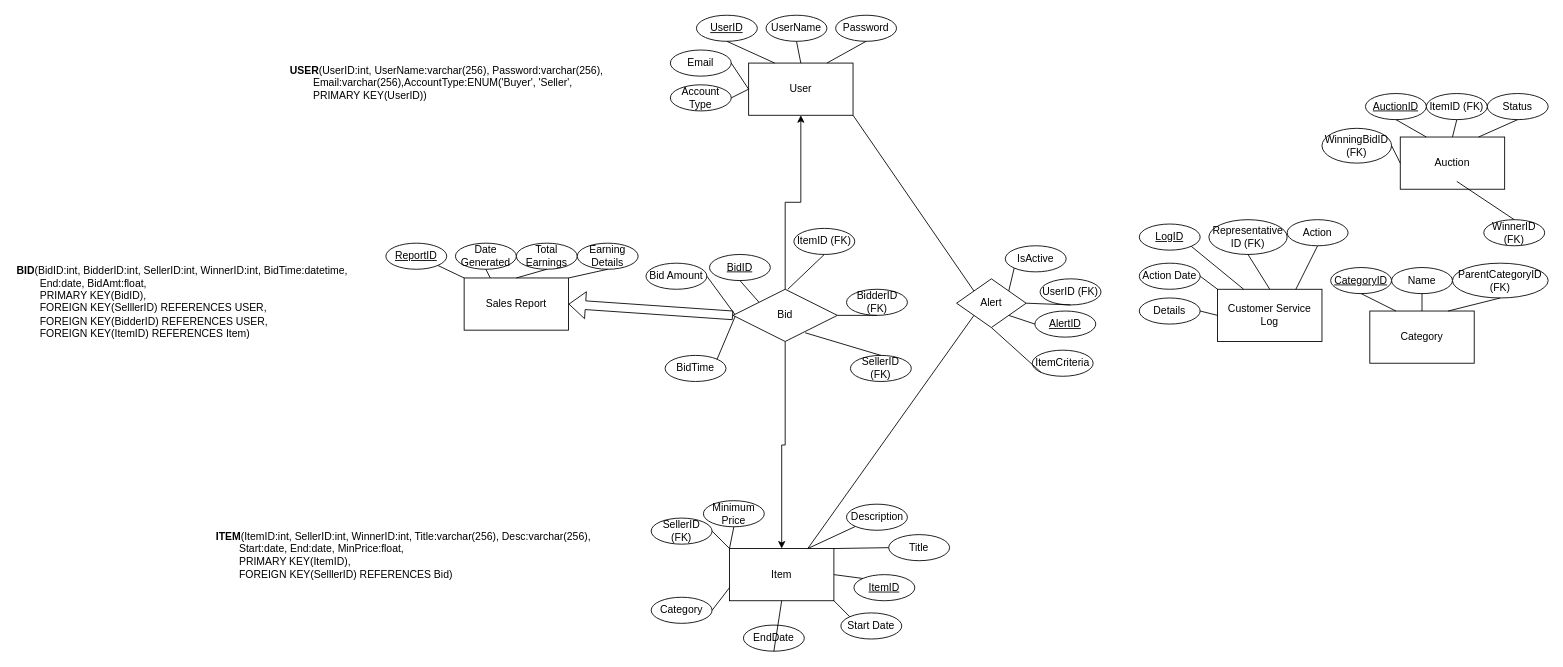
Above: Project1ER.drawio in Swoopi/PrinInfo (draw.io), before the change. Source tidied: cells renumbered, new cells numbered last; positions are measured from the earlier drawing's top-left corner, leaving out a move shared by most shapes. Both pictures are drawn from the tidied source at 87%, with x=0, y=0 at pixel (15, 15).
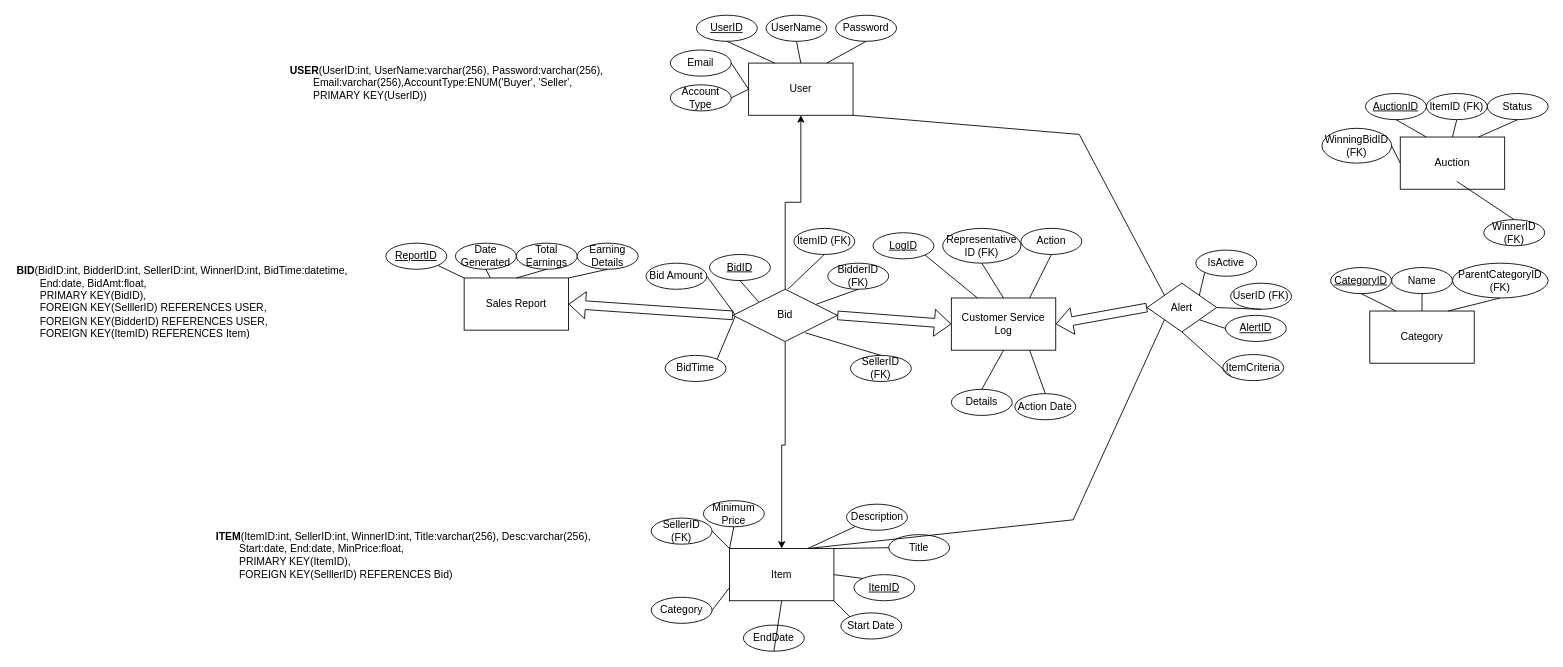
After the change.

Commit message:
customer service log connections.drawio

Unchanged cells that the change refers to:
```xml
<mxCell id="2" value="Item" style="rounded=0;whiteSpace=wrap;html=1;" parent="1" vertex="1">
  <mxGeometry x="821" y="613" width="120" height="60" as="geometry" />
</mxCell>
<mxCell id="77" value="User" style="rounded=0;whiteSpace=wrap;html=1;" parent="76" vertex="1">
  <mxGeometry x="90" y="55" width="120" height="60" as="geometry" />
</mxCell>
<mxCell id="91" value="Bid" style="shape=rhombus;perimeter=rhombusPerimeter;whiteSpace=wrap;html=1;align=center;" parent="1" vertex="1">
  <mxGeometry x="825" y="315" width="120" height="60" as="geometry" />
</mxCell>
```

What changed in the source:
```diff
@@
     <mxCell id="5" value="Customer Service Log" style="rounded=0;whiteSpace=wrap;html=1;" parent="1" vertex="1">
-      <mxGeometry x="1382" y="315" width="120" height="60" as="geometry" />
+      <mxGeometry x="1076" y="325" width="120" height="60" as="geometry" />
     </mxCell>
@@
     <mxCell id="12" value="BidderID (FK)" style="ellipse;whiteSpace=wrap;html=1;" parent="1" vertex="1">
-      <mxGeometry x="955.5" y="315" width="70" height="30" as="geometry" />
+      <mxGeometry x="934" y="285" width="70" height="30" as="geometry" />
     </mxCell>
@@
     <mxCell id="38" value="IsActive" style="ellipse;whiteSpace=wrap;html=1;" parent="1" vertex="1">
-      <mxGeometry x="1138" y="265" width="70" height="30" as="geometry" />
+      <mxGeometry x="1357" y="270" width="70" height="30" as="geometry" />
     </mxCell>
     <mxCell id="39" value="ItemCriteria" style="ellipse;whiteSpace=wrap;html=1;" parent="1" vertex="1">
-      <mxGeometry x="1169" y="385" width="70" height="30" as="geometry" />
+      <mxGeometry x="1388" y="390" width="70" height="30" as="geometry" />
     </mxCell>
     <mxCell id="40" value="UserID (FK)" style="ellipse;whiteSpace=wrap;html=1;" parent="1" vertex="1">
-      <mxGeometry x="1178" y="303" width="70" height="30" as="geometry" />
+      <mxGeometry x="1397" y="308" width="70" height="30" as="geometry" />
     </mxCell>
     <mxCell id="41" value="&lt;u&gt;AlertID&lt;/u&gt;" style="ellipse;whiteSpace=wrap;html=1;" parent="1" vertex="1">
-      <mxGeometry x="1172" y="340" width="70" height="30" as="geometry" />
+      <mxGeometry x="1391" y="345" width="70" height="30" as="geometry" />
     </mxCell>
@@
     <mxCell id="65" value="Action" style="ellipse;whiteSpace=wrap;html=1;" parent="1" vertex="1">
-      <mxGeometry x="1462" y="235" width="70" height="30" as="geometry" />
+      <mxGeometry x="1156" y="245" width="70" height="30" as="geometry" />
     </mxCell>
     <mxCell id="66" value="Representative ID (FK)" style="ellipse;whiteSpace=wrap;html=1;" parent="1" vertex="1">
-      <mxGeometry x="1372" y="235" width="90" height="40" as="geometry" />
+      <mxGeometry x="1066" y="245" width="90" height="40" as="geometry" />
     </mxCell>
     <mxCell id="67" value="&lt;u&gt;LogID&lt;/u&gt;" style="ellipse;whiteSpace=wrap;html=1;" parent="1" vertex="1">
-      <mxGeometry x="1292" y="240" width="70" height="30" as="geometry" />
+      <mxGeometry x="986" y="250" width="70" height="30" as="geometry" />
     </mxCell>
     <mxCell id="68" value="Details" style="ellipse;whiteSpace=wrap;html=1;" parent="1" vertex="1">
-      <mxGeometry x="1292" y="325" width="70" height="30" as="geometry" />
+      <mxGeometry x="1076" y="430" width="70" height="30" as="geometry" />
     </mxCell>
     <mxCell id="69" value="Action Date" style="ellipse;whiteSpace=wrap;html=1;" parent="1" vertex="1">
-      <mxGeometry x="1292" y="285" width="70" height="30" as="geometry" />
+      <mxGeometry x="1149" y="435" width="70" height="30" as="geometry" />
     </mxCell>
-    <mxCell id="70" style="endArrow=none;html=1;rounded=0;entryX=0;entryY=0.5;entryDx=0;entryDy=0;exitX=1;exitY=0.5;exitDx=0;exitDy=0;" parent="1" edge="1" source="68" target="5">
+    <mxCell id="70" style="endArrow=none;html=1;rounded=0;entryX=0.5;entryY=1;entryDx=0;entryDy=0;exitX=0.5;exitY=0;exitDx=0;exitDy=0;" parent="1" edge="1" source="68" target="5">
       <mxGeometry relative="1" as="geometry" />
     </mxCell>
-    <mxCell id="71" style="endArrow=none;html=1;rounded=0;entryX=0;entryY=0;entryDx=0;entryDy=0;exitX=1;exitY=0.5;exitDx=0;exitDy=0;" parent="1" edge="1" source="69" target="5">
+    <mxCell id="71" style="endArrow=none;html=1;rounded=0;entryX=0.75;entryY=1;entryDx=0;entryDy=0;exitX=0.5;exitY=0;exitDx=0;exitDy=0;" parent="1" edge="1" source="69" target="5">
       <mxGeometry relative="1" as="geometry" />
     </mxCell>
@@
     <mxCell id="95" value="Alert" style="rhombus;whiteSpace=wrap;html=1;" parent="1" vertex="1">
-      <mxGeometry x="1082" y="303" width="80" height="56" as="geometry" />
+      <mxGeometry x="1301" y="308" width="80" height="56" as="geometry" />
     </mxCell>
     <mxCell id="96" style="endArrow=none;html=1;rounded=0;exitX=1;exitY=1;exitDx=0;exitDy=0;entryX=0;entryY=0;entryDx=0;entryDy=0;" parent="1" edge="1" source="77" target="95">
-      <mxGeometry relative="1" as="geometry" />
+      <mxGeometry relative="1" as="geometry">
+        <Array as="points">
+          <mxPoint x="1223" y="137" />
+        </Array>
+      </mxGeometry>
     </mxCell>
     <mxCell id="97" style="endArrow=none;html=1;rounded=0;exitX=0;exitY=1;exitDx=0;exitDy=0;entryX=0.75;entryY=0;entryDx=0;entryDy=0;" parent="1" edge="1" source="95" target="2">
-      <mxGeometry relative="1" as="geometry" />
+      <mxGeometry relative="1" as="geometry">
+        <Array as="points">
+          <mxPoint x="1216" y="580" />
+        </Array>
+      </mxGeometry>
     </mxCell>
@@
+    <mxCell id="99" style="shape=flexArrow;endArrow=classic;html=1;rounded=0;exitX=1;exitY=0.5;exitDx=0;exitDy=0;entryX=0;entryY=0.5;entryDx=0;entryDy=0;" parent="1" edge="1" source="91" target="5">
+      <mxGeometry relative="1" as="geometry" />
+    </mxCell>
+    <mxCell id="100" style="shape=flexArrow;endArrow=classic;html=1;rounded=0;exitX=0;exitY=0.5;exitDx=0;exitDy=0;entryX=1;entryY=0.5;entryDx=0;entryDy=0;" parent="1" edge="1" source="95" target="5">
+      <mxGeometry relative="1" as="geometry" />
+    </mxCell>
```
